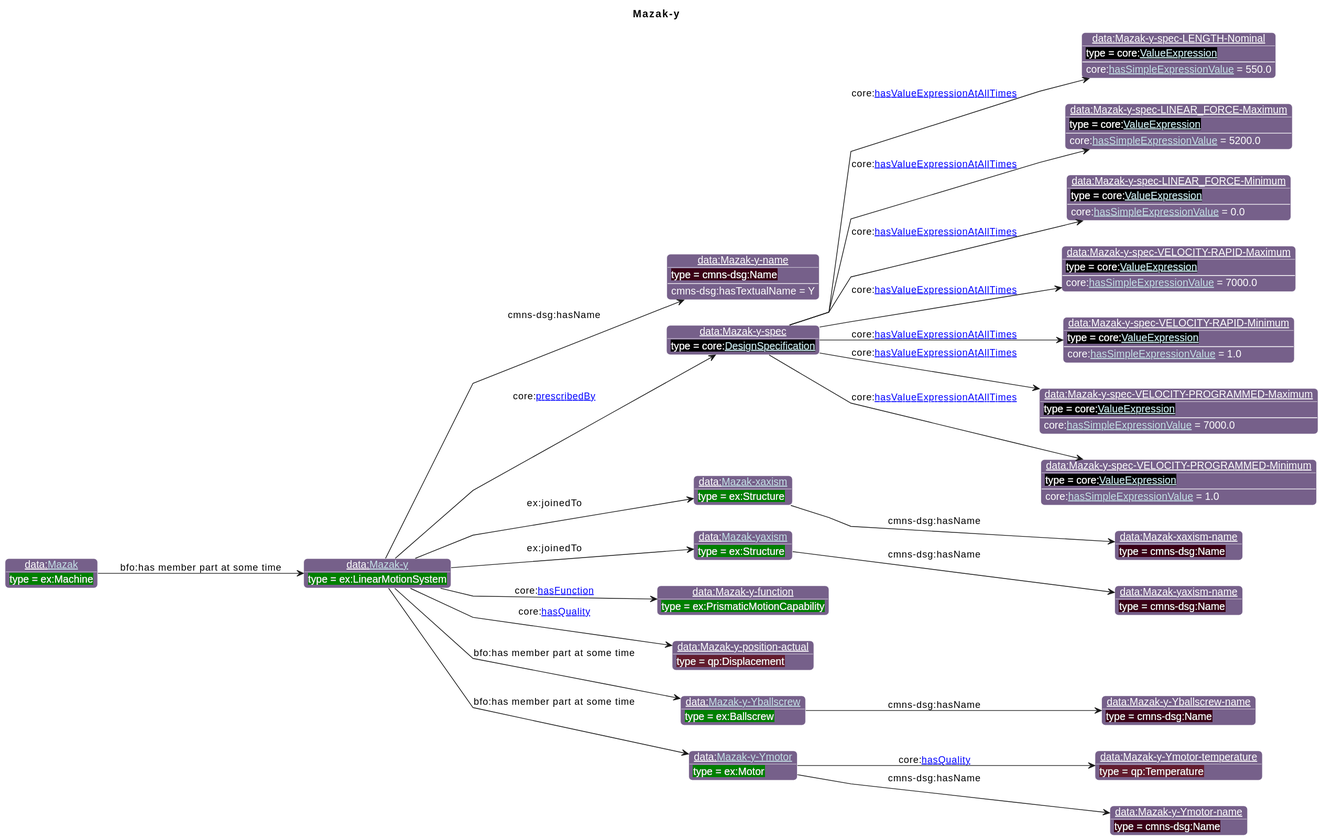
Before: diagrams/Mazak-y.svg, a diagram exported from PlantUML (iofoundry/example-syseng-mtconnect).
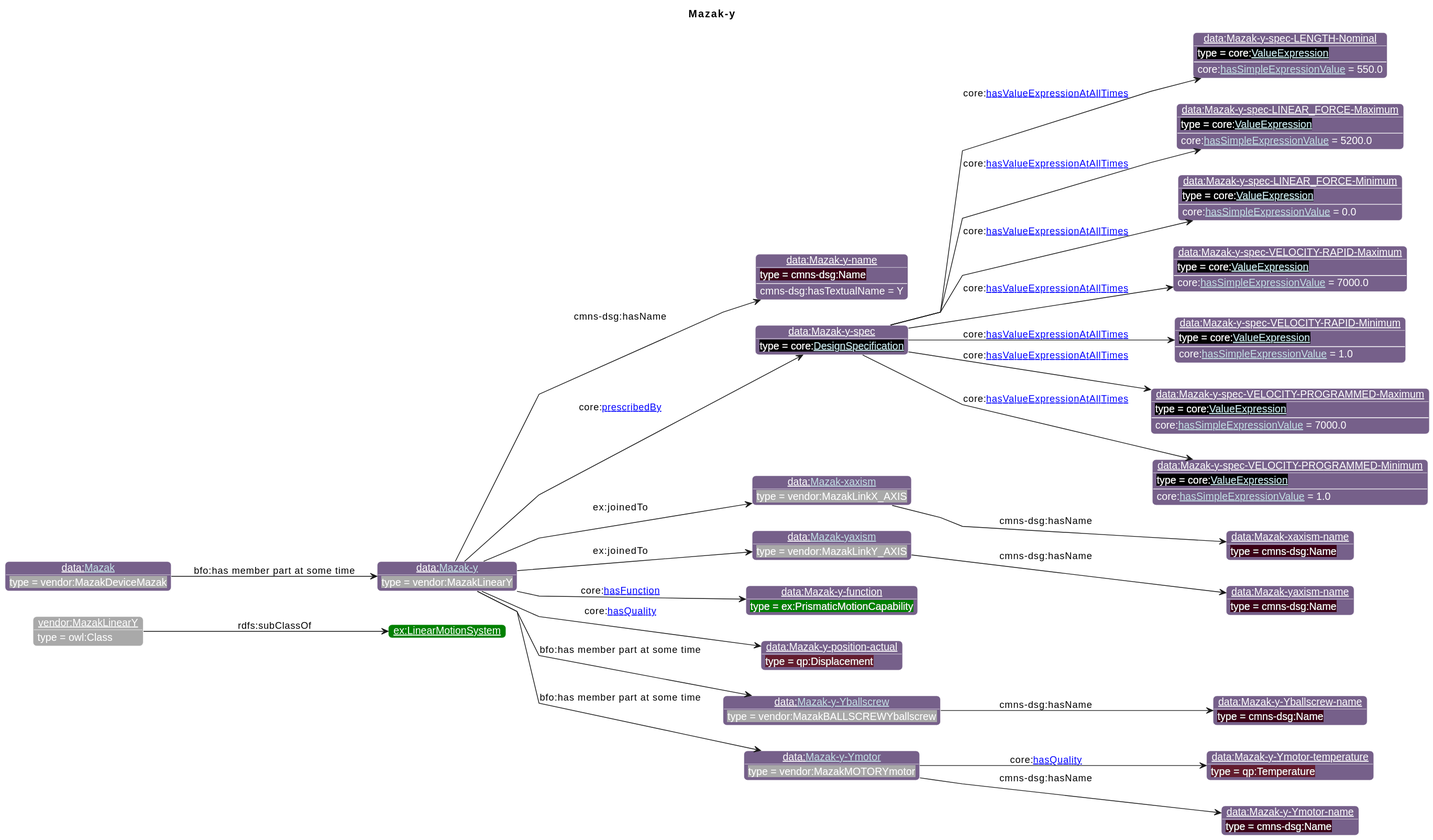
The same file after the commit.

Diff of the diagram source:
```diff
@@ -19,55 +19,58 @@
                       "ns1":"76608A",
 "ex":"Green","data":"76608A","core":"000000","units":"8A2D3B","qp":"641B2E","cmns-dsg":"3A0519"
 }
-individual(o1, data:[[./Mazak-y.html Mazak-y]], ex:LinearMotionSystem)
-individual(o2, data:Mazak-y-name, cmns-dsg:Name)
-individual(o3, data:Mazak-y-spec, core:[[https://spec.industrialontologies.org/ontology/core/Core/DesignSpecification DesignSpecification]])
-individual(o4, data:Mazak-y-spec-LENGTH-Nominal, core:[[https://spec.industrialontologies.org/ontology/core/Core/ValueExpression ValueExpression]])
-individual(o5, data:Mazak-y-spec-LINEAR_FORCE-Maximum, core:[[https://spec.industrialontologies.org/ontology/core/Core/ValueExpression ValueExpression]])
-individual(o6, data:Mazak-y-spec-LINEAR_FORCE-Minimum, core:[[https://spec.industrialontologies.org/ontology/core/Core/ValueExpression ValueExpression]])
-individual(o7, data:Mazak-y-spec-VELOCITY-RAPID-Maximum, core:[[https://spec.industrialontologies.org/ontology/core/Core/ValueExpression ValueExpression]])
-individual(o8, data:Mazak-y-spec-VELOCITY-RAPID-Minimum, core:[[https://spec.industrialontologies.org/ontology/core/Core/ValueExpression ValueExpression]])
-individual(o9, data:Mazak-y-spec-VELOCITY-PROGRAMMED-Maximum, core:[[https://spec.industrialontologies.org/ontology/core/Core/ValueExpression ValueExpression]])
-individual(o10, data:Mazak-y-spec-VELOCITY-PROGRAMMED-Minimum, core:[[https://spec.industrialontologies.org/ontology/core/Core/ValueExpression ValueExpression]])
-individual(o11, data:[[./Mazak-xaxism.html Mazak-xaxism]], ex:Structure)
-individual(o12, data:Mazak-xaxism-name, cmns-dsg:Name)
-individual(o13, data:[[./Mazak-yaxism.html Mazak-yaxism]], ex:Structure)
-individual(o14, data:Mazak-yaxism-name, cmns-dsg:Name)
-individual(o15, data:Mazak-y-function, ex:PrismaticMotionCapability)
-individual(o16, data:Mazak-y-position-actual, qp:Displacement)
-individual(o17, data:[[./Mazak-y-Yballscrew.html Mazak-y-Yballscrew]], ex:Ballscrew)
-individual(o18, data:Mazak-y-Yballscrew-name, cmns-dsg:Name)
-individual(o19, data:[[./Mazak-y-Ymotor.html Mazak-y-Ymotor]], ex:Motor)
-individual(o20, data:Mazak-y-Ymotor-temperature, qp:Temperature)
-individual(o21, data:Mazak-y-Ymotor-name, cmns-dsg:Name)
-individual(o22, data:[[./Mazak.html Mazak]], ex:Machine)
-property(o1, cmns-dsg:hasName, o2)
-data(o2, cmns-dsg:hasTextualName, Y)
-property(o1, core:[[https://spec.industrialontologies.org/ontology/core/Core/prescribedBy prescribedBy]], o3)
-property(o3, core:[[https://spec.industrialontologies.org/ontology/core/Core/hasValueExpressionAtAllTimes hasValueExpressionAtAllTimes]], o4)
-data(o4, core:[[https://spec.industrialontologies.org/ontology/core/Core/hasSimpleExpressionValue hasSimpleExpressionValue]], 550.0)
-property(o3, core:[[https://spec.industrialontologies.org/ontology/core/Core/hasValueExpressionAtAllTimes hasValueExpressionAtAllTimes]], o5)
-data(o5, core:[[https://spec.industrialontologies.org/ontology/core/Core/hasSimpleExpressionValue hasSimpleExpressionValue]], 5200.0)
-property(o3, core:[[https://spec.industrialontologies.org/ontology/core/Core/hasValueExpressionAtAllTimes hasValueExpressionAtAllTimes]], o6)
-data(o6, core:[[https://spec.industrialontologies.org/ontology/core/Core/hasSimpleExpressionValue hasSimpleExpressionValue]], 0.0)
-property(o3, core:[[https://spec.industrialontologies.org/ontology/core/Core/hasValueExpressionAtAllTimes hasValueExpressionAtAllTimes]], o7)
-data(o7, core:[[https://spec.industrialontologies.org/ontology/core/Core/hasSimpleExpressionValue hasSimpleExpressionValue]], 7000.0)
-property(o3, core:[[https://spec.industrialontologies.org/ontology/core/Core/hasValueExpressionAtAllTimes hasValueExpressionAtAllTimes]], o8)
-data(o8, core:[[https://spec.industrialontologies.org/ontology/core/Core/hasSimpleExpressionValue hasSimpleExpressionValue]], 1.0)
-property(o3, core:[[https://spec.industrialontologies.org/ontology/core/Core/hasValueExpressionAtAllTimes hasValueExpressionAtAllTimes]], o9)
+individual(o1, vendor:MazakLinearY, owl:Class)
+individual(o2, ex:LinearMotionSystem)
+individual(o3, data:[[./Mazak-y.html Mazak-y]], vendor:MazakLinearY)
+individual(o4, data:Mazak-y-name, cmns-dsg:Name)
+individual(o5, data:Mazak-y-spec, core:[[https://spec.industrialontologies.org/ontology/core/Core/DesignSpecification DesignSpecification]])
+individual(o6, data:Mazak-y-spec-LENGTH-Nominal, core:[[https://spec.industrialontologies.org/ontology/core/Core/ValueExpression ValueExpression]])
+individual(o7, data:Mazak-y-spec-LINEAR_FORCE-Maximum, core:[[https://spec.industrialontologies.org/ontology/core/Core/ValueExpression ValueExpression]])
+individual(o8, data:Mazak-y-spec-LINEAR_FORCE-Minimum, core:[[https://spec.industrialontologies.org/ontology/core/Core/ValueExpression ValueExpression]])
+individual(o9, data:Mazak-y-spec-VELOCITY-RAPID-Maximum, core:[[https://spec.industrialontologies.org/ontology/core/Core/ValueExpression ValueExpression]])
+individual(o10, data:Mazak-y-spec-VELOCITY-RAPID-Minimum, core:[[https://spec.industrialontologies.org/ontology/core/Core/ValueExpression ValueExpression]])
+individual(o11, data:Mazak-y-spec-VELOCITY-PROGRAMMED-Maximum, core:[[https://spec.industrialontologies.org/ontology/core/Core/ValueExpression ValueExpression]])
+individual(o12, data:Mazak-y-spec-VELOCITY-PROGRAMMED-Minimum, core:[[https://spec.industrialontologies.org/ontology/core/Core/ValueExpression ValueExpression]])
+individual(o13, data:[[./Mazak-xaxism.html Mazak-xaxism]], vendor:MazakLinkX_AXIS)
+individual(o14, data:Mazak-xaxism-name, cmns-dsg:Name)
+individual(o15, data:[[./Mazak-yaxism.html Mazak-yaxism]], vendor:MazakLinkY_AXIS)
+individual(o16, data:Mazak-yaxism-name, cmns-dsg:Name)
+individual(o17, data:Mazak-y-function, ex:PrismaticMotionCapability)
+individual(o18, data:Mazak-y-position-actual, qp:Displacement)
+individual(o19, data:[[./Mazak-y-Yballscrew.html Mazak-y-Yballscrew]], vendor:MazakBALLSCREWYballscrew)
+individual(o20, data:Mazak-y-Yballscrew-name, cmns-dsg:Name)
+individual(o21, data:[[./Mazak-y-Ymotor.html Mazak-y-Ymotor]], vendor:MazakMOTORYmotor)
+individual(o22, data:Mazak-y-Ymotor-temperature, qp:Temperature)
+individual(o23, data:Mazak-y-Ymotor-name, cmns-dsg:Name)
+individual(o24, data:[[./Mazak.html Mazak]], vendor:MazakDeviceMazak)
+property(o1, rdfs:subClassOf, o2)
+property(o3, cmns-dsg:hasName, o4)
+data(o4, cmns-dsg:hasTextualName, Y)
+property(o3, core:[[https://spec.industrialontologies.org/ontology/core/Core/prescribedBy prescribedBy]], o5)
+property(o5, core:[[https://spec.industrialontologies.org/ontology/core/Core/hasValueExpressionAtAllTimes hasValueExpressionAtAllTimes]], o6)
+data(o6, core:[[https://spec.industrialontologies.org/ontology/core/Core/hasSimpleExpressionValue hasSimpleExpressionValue]], 550.0)
+property(o5, core:[[https://spec.industrialontologies.org/ontology/core/Core/hasValueExpressionAtAllTimes hasValueExpressionAtAllTimes]], o7)
+data(o7, core:[[https://spec.industrialontologies.org/ontology/core/Core/hasSimpleExpressionValue hasSimpleExpressionValue]], 5200.0)
+property(o5, core:[[https://spec.industrialontologies.org/ontology/core/Core/hasValueExpressionAtAllTimes hasValueExpressionAtAllTimes]], o8)
+data(o8, core:[[https://spec.industrialontologies.org/ontology/core/Core/hasSimpleExpressionValue hasSimpleExpressionValue]], 0.0)
+property(o5, core:[[https://spec.industrialontologies.org/ontology/core/Core/hasValueExpressionAtAllTimes hasValueExpressionAtAllTimes]], o9)
 data(o9, core:[[https://spec.industrialontologies.org/ontology/core/Core/hasSimpleExpressionValue hasSimpleExpressionValue]], 7000.0)
-property(o3, core:[[https://spec.industrialontologies.org/ontology/core/Core/hasValueExpressionAtAllTimes hasValueExpressionAtAllTimes]], o10)
+property(o5, core:[[https://spec.industrialontologies.org/ontology/core/Core/hasValueExpressionAtAllTimes hasValueExpressionAtAllTimes]], o10)
 data(o10, core:[[https://spec.industrialontologies.org/ontology/core/Core/hasSimpleExpressionValue hasSimpleExpressionValue]], 1.0)
-property(o1, ex:joinedTo, o11)
-property(o11, cmns-dsg:hasName, o12)
-property(o1, ex:joinedTo, o13)
+property(o5, core:[[https://spec.industrialontologies.org/ontology/core/Core/hasValueExpressionAtAllTimes hasValueExpressionAtAllTimes]], o11)
+data(o11, core:[[https://spec.industrialontologies.org/ontology/core/Core/hasSimpleExpressionValue hasSimpleExpressionValue]], 7000.0)
+property(o5, core:[[https://spec.industrialontologies.org/ontology/core/Core/hasValueExpressionAtAllTimes hasValueExpressionAtAllTimes]], o12)
+data(o12, core:[[https://spec.industrialontologies.org/ontology/core/Core/hasSimpleExpressionValue hasSimpleExpressionValue]], 1.0)
+property(o3, ex:joinedTo, o13)
 property(o13, cmns-dsg:hasName, o14)
-property(o1, core:[[https://spec.industrialontologies.org/ontology/core/Core/hasFunction hasFunction]], o15)
-property(o1, core:[[https://spec.industrialontologies.org/ontology/core/Core/hasQuality hasQuality]], o16)
-property(o1, "bfo:has member part at some time", o17)
-property(o17, cmns-dsg:hasName, o18)
-property(o1, "bfo:has member part at some time", o19)
-property(o19, core:[[https://spec.industrialontologies.org/ontology/core/Core/hasQuality hasQuality]], o20)
-property(o19, cmns-dsg:hasName, o21)
-property(o22, "bfo:has member part at some time", o1)
+property(o3, ex:joinedTo, o15)
+property(o15, cmns-dsg:hasName, o16)
+property(o3, core:[[https://spec.industrialontologies.org/ontology/core/Core/hasFunction hasFunction]], o17)
+property(o3, core:[[https://spec.industrialontologies.org/ontology/core/Core/hasQuality hasQuality]], o18)
+property(o3, "bfo:has member part at some time", o19)
+property(o19, cmns-dsg:hasName, o20)
+property(o3, "bfo:has member part at some time", o21)
+property(o21, core:[[https://spec.industrialontologies.org/ontology/core/Core/hasQuality hasQuality]], o22)
+property(o21, cmns-dsg:hasName, o23)
+property(o24, "bfo:has member part at some time", o3)
 @enduml
```
